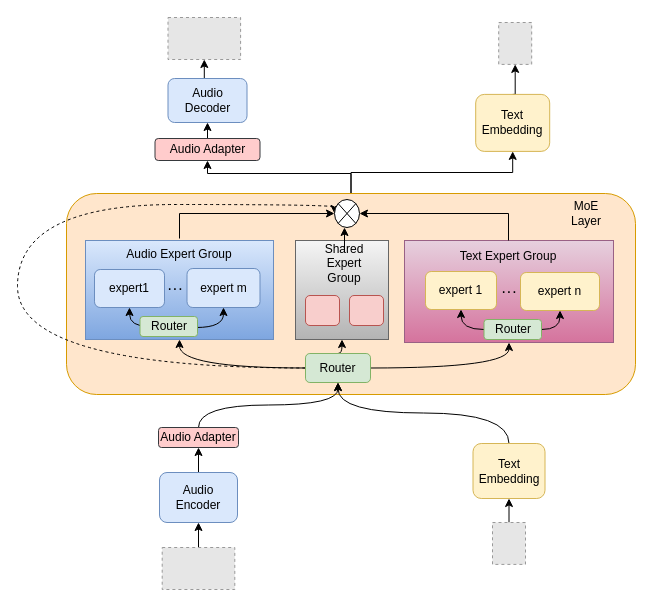
Before: Mixture Group of Experts.drawio in talkking/LUCY, a draw.io diagram. Source tidied: cells renumbered, new cells numbered last; positions are measured from the earlier drawing's top-left corner, leaving out a move shared by most shapes. Both pictures are drawn from the tidied source at 100%, with x=0, y=0 at pixel (17, 17). Pictures stored in the file or linked from it are replaced by grey dashed boxes.
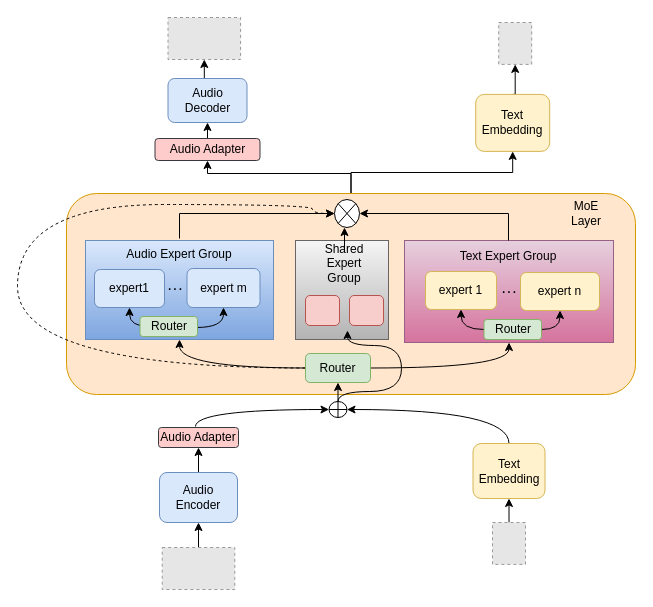
After the change.

The change refers to these unchanged cells:
```xml
<mxCell id="6" style="rounded=1;whiteSpace=wrap;html=1;fillColor=#ffe6cc;strokeColor=#d79b00;" parent="1" vertex="1">
  <mxGeometry x="49" y="176" width="569" height="201" as="geometry" />
</mxCell>
<mxCell id="8" value="Text Embedding" style="rounded=1;whiteSpace=wrap;html=1;fillColor=#fff2cc;strokeColor=#d6b656;" parent="1" vertex="1">
  <mxGeometry x="455.5" y="426" width="72" height="55" as="geometry" />
</mxCell>
<mxCell id="23" value="Router" style="rounded=1;whiteSpace=wrap;html=1;fillColor=#d5e8d4;strokeColor=#82b366;" parent="1" vertex="1">
  <mxGeometry x="288" y="336" width="65" height="29" as="geometry" />
</mxCell>
<mxCell id="27" value="Text Embedding" style="rounded=1;whiteSpace=wrap;html=1;fillColor=#fff2cc;strokeColor=#d6b656;" parent="1" vertex="1">
  <mxGeometry x="458.2" y="76.9" width="74" height="57" as="geometry" />
</mxCell>
<mxCell id="29" value="Audio Adapter" style="rounded=1;whiteSpace=wrap;html=1;fillColor=#ffcccc;strokeColor=#36393d;" parent="1" vertex="1">
  <mxGeometry x="141" y="410" width="80" height="20" as="geometry" />
</mxCell>
<mxCell id="44" style="rounded=0;whiteSpace=wrap;html=1;fillColor=#f5f5f5;gradientColor=#b3b3b3;strokeColor=#666666;" parent="1" vertex="1">
  <mxGeometry x="278" y="223" width="93" height="99" as="geometry" />
</mxCell>
<mxCell id="49" style="shape=sumEllipse;perimeter=ellipsePerimeter;whiteSpace=wrap;html=1;backgroundOutline=1;" parent="1" vertex="1">
  <mxGeometry x="317" y="182" width="25" height="28" as="geometry" />
</mxCell>
```

The edit, as a diff of the source:
```diff
@@
     <mxCell id="5" style="edgeStyle=orthogonalEdgeStyle;rounded=0;jettySize=auto;html=1;exitX=0.5;exitY=0;exitDx=0;exitDy=0;entryX=0.5;entryY=1;entryDx=0;entryDy=0;" parent="1" edge="1" source="6" target="27">
-      <mxGeometry relative="1" as="geometry" />
+      <mxGeometry relative="1" as="geometry">
+        <Array as="points">
+          <mxPoint x="334" y="155" />
+          <mxPoint x="495" y="155" />
+        </Array>
+      </mxGeometry>
     </mxCell>
@@
-    <mxCell id="7" style="edgeStyle=orthogonalEdgeStyle;rounded=0;jettySize=auto;html=1;exitX=0.5;exitY=0;exitDx=0;exitDy=0;entryX=0.5;entryY=1;entryDx=0;entryDy=0;curved=1;" parent="1" edge="1" source="8" target="23">
-      <mxGeometry relative="1" as="geometry" />
-    </mxCell>
+    <mxCell id="53" style="edgeStyle=orthogonalEdgeStyle;rounded=0;jettySize=auto;html=1;exitX=0.5;exitY=0;exitDx=0;exitDy=0;entryX=1;entryY=0.5;entryDx=0;entryDy=0;curved=1;" parent="1" edge="1" source="8" target="56">
+      <mxGeometry relative="1" as="geometry" />
+    </mxCell>
@@
-    <mxCell id="19" style="edgeStyle=orthogonalEdgeStyle;rounded=0;jettySize=auto;html=1;exitX=0.5;exitY=0;exitDx=0;exitDy=0;entryX=0.5;entryY=1;entryDx=0;entryDy=0;curved=1;" parent="1" edge="1" source="23" target="44">
-      <mxGeometry relative="1" as="geometry" />
-    </mxCell>
@@
     <mxCell id="22" style="edgeStyle=orthogonalEdgeStyle;rounded=0;jettySize=auto;html=1;exitX=0;exitY=0.5;exitDx=0;exitDy=0;entryX=0;entryY=0.5;entryDx=0;entryDy=0;curved=1;dashed=1;" parent="1" edge="1" source="23" target="49">
       <mxGeometry relative="1" as="geometry">
         <Array as="points">
           <mxPoint y="351" />
           <mxPoint y="187" />
-          <mxPoint x="317" y="187" />
+          <mxPoint x="295" y="187" />
+          <mxPoint x="295" y="196" />
         </Array>
       </mxGeometry>
     </mxCell>
@@
-    <mxCell id="28" style="edgeStyle=orthogonalEdgeStyle;rounded=0;jettySize=auto;html=1;exitX=0.5;exitY=0;exitDx=0;exitDy=0;entryX=0.5;entryY=1;entryDx=0;entryDy=0;curved=1;" parent="1" edge="1" source="29" target="23">
-      <mxGeometry relative="1" as="geometry" />
-    </mxCell>
@@
+    <mxCell id="54" style="edgeStyle=orthogonalEdgeStyle;rounded=0;jettySize=auto;html=1;exitX=0.5;exitY=0;exitDx=0;exitDy=0;entryX=0.5;entryY=1;entryDx=0;entryDy=0;" parent="1" edge="1" source="56" target="23">
+      <mxGeometry relative="1" as="geometry" />
+    </mxCell>
+    <mxCell id="55" style="edgeStyle=orthogonalEdgeStyle;rounded=0;jettySize=auto;html=1;exitX=0.5;exitY=0;exitDx=0;exitDy=0;curved=1;" parent="1" edge="1" source="56">
+      <mxGeometry relative="1" as="geometry">
+        <mxPoint x="330" y="313" as="targetPoint" />
+        <Array as="points">
+          <mxPoint x="321" y="374" />
+          <mxPoint x="384" y="374" />
+          <mxPoint x="384" y="328" />
+          <mxPoint x="330" y="328" />
+        </Array>
+      </mxGeometry>
+    </mxCell>
+    <mxCell id="56" style="shape=orEllipse;perimeter=ellipsePerimeter;whiteSpace=wrap;html=1;backgroundOutline=1;" parent="1" vertex="1">
+      <mxGeometry x="311.5" y="384" width="18" height="16" as="geometry" />
+    </mxCell>
+    <mxCell id="57" style="edgeStyle=orthogonalEdgeStyle;rounded=0;orthogonalLoop=1;jettySize=auto;html=1;entryX=0.466;entryY=0.995;entryDx=0;entryDy=0;entryPerimeter=0;curved=1;" parent="1" edge="1">
+      <mxGeometry relative="1" as="geometry">
+        <mxPoint x="178" y="409" as="sourcePoint" />
+        <mxPoint x="311.5" y="392" as="targetPoint" />
+        <Array as="points">
+          <mxPoint x="178.4" y="392" />
+        </Array>
+      </mxGeometry>
+    </mxCell>
```
